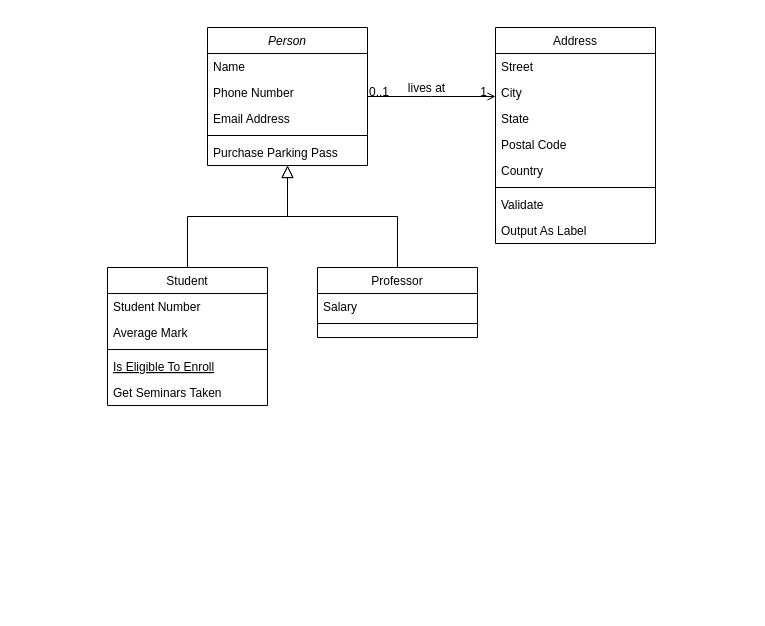
The draw.io diagram Diagrama sem nome.drawio in KelvynWolff/CursoOneBitCode, before the edit. Source tidied: cells renumbered, new cells numbered last; positions are measured from the earlier drawing's top-left corner, leaving out a move shared by most shapes. Both pictures are drawn from the tidied source at 100%, with x=0, y=0 at pixel (107, 27).
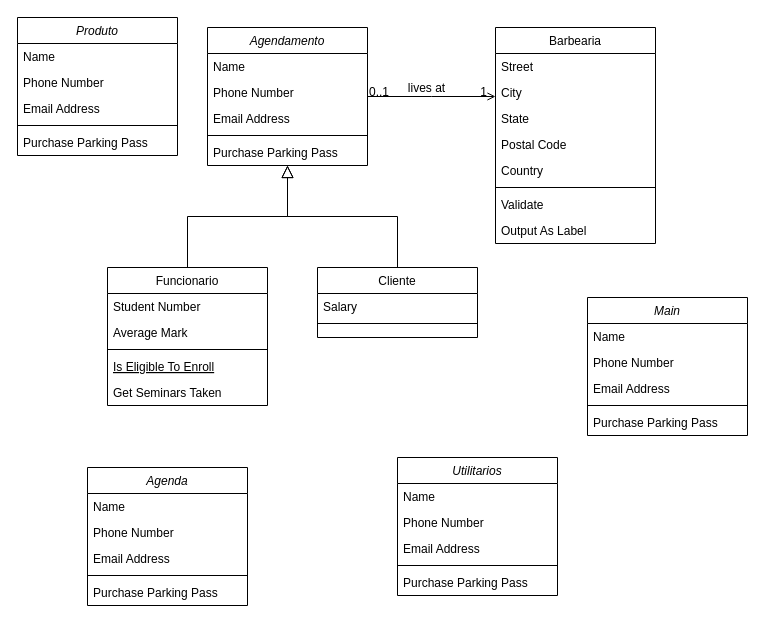
The same diagram, later.

The edit, as a diff of the source:
```diff
@@
-    <mxCell id="2" value="Person" style="swimlane;fontStyle=2;align=center;verticalAlign=top;horizontal=1;startSize=26;rounded=0;shadow=0;strokeWidth=1;" parent="1" vertex="1">
+    <mxCell id="2" value="Agendamento" style="swimlane;fontStyle=2;align=center;verticalAlign=top;horizontal=1;startSize=26;rounded=0;shadow=0;strokeWidth=1;" parent="1" vertex="1">
       <mxGeometry x="100" width="160" height="138" as="geometry" />
     </mxCell>
@@
-    <mxCell id="8" value="Student" style="swimlane;fontStyle=0;align=center;verticalAlign=top;horizontal=1;startSize=26;rounded=0;shadow=0;strokeWidth=1;" parent="1" vertex="1">
+    <mxCell id="8" value="Funcionario" style="swimlane;fontStyle=0;align=center;verticalAlign=top;horizontal=1;startSize=26;rounded=0;shadow=0;strokeWidth=1;" parent="1" vertex="1">
       <mxGeometry y="240" width="160" height="138" as="geometry" />
     </mxCell>
@@
-    <mxCell id="15" value="Professor" style="swimlane;fontStyle=0;align=center;verticalAlign=top;horizontal=1;startSize=26;rounded=0;shadow=0;strokeWidth=1;" parent="1" vertex="1">
+    <mxCell id="15" value="Cliente" style="swimlane;fontStyle=0;align=center;verticalAlign=top;horizontal=1;startSize=26;rounded=0;shadow=0;strokeWidth=1;" parent="1" vertex="1">
       <mxGeometry x="210" y="240" width="160" height="70" as="geometry" />
     </mxCell>
@@
-    <mxCell id="19" value="Address" style="swimlane;fontStyle=0;align=center;verticalAlign=top;horizontal=1;startSize=26;rounded=0;shadow=0;strokeWidth=1;" parent="1" vertex="1">
+    <mxCell id="19" value="Barbearia" style="swimlane;fontStyle=0;align=center;verticalAlign=top;horizontal=1;startSize=26;rounded=0;shadow=0;strokeWidth=1;" parent="1" vertex="1">
       <mxGeometry x="388" width="160" height="216" as="geometry" />
     </mxCell>
@@
+    <mxCell id="32" value="Produto" style="swimlane;fontStyle=2;align=center;verticalAlign=top;horizontal=1;startSize=26;rounded=0;shadow=0;strokeWidth=1;" parent="1" vertex="1">
+      <mxGeometry x="-90" y="-10" width="160" height="138" as="geometry" />
+    </mxCell>
+    <mxCell id="33" value="Name" style="text;align=left;verticalAlign=top;spacingLeft=4;spacingRight=4;overflow=hidden;" parent="32" vertex="1">
+      <mxGeometry y="26" width="160" height="26" as="geometry" />
+    </mxCell>
+    <mxCell id="34" value="Phone Number" style="text;align=left;verticalAlign=top;spacingLeft=4;spacingRight=4;overflow=hidden;rounded=0;shadow=0;html=0;" parent="32" vertex="1">
+      <mxGeometry y="52" width="160" height="26" as="geometry" />
+    </mxCell>
+    <mxCell id="35" value="Email Address" style="text;align=left;verticalAlign=top;spacingLeft=4;spacingRight=4;overflow=hidden;rounded=0;shadow=0;html=0;" parent="32" vertex="1">
+      <mxGeometry y="78" width="160" height="26" as="geometry" />
+    </mxCell>
+    <mxCell id="36" style="line;html=1;strokeWidth=1;align=left;verticalAlign=middle;spacingTop=-1;spacingLeft=3;spacingRight=3;labelPosition=right;" parent="32" vertex="1">
+      <mxGeometry y="104" width="160" height="8" as="geometry" />
+    </mxCell>
+    <mxCell id="37" value="Purchase Parking Pass" style="text;align=left;verticalAlign=top;spacingLeft=4;spacingRight=4;overflow=hidden;" parent="32" vertex="1">
+      <mxGeometry y="112" width="160" height="26" as="geometry" />
+    </mxCell>
+    <mxCell id="38" value="Agenda" style="swimlane;fontStyle=2;align=center;verticalAlign=top;horizontal=1;startSize=26;rounded=0;shadow=0;strokeWidth=1;" parent="1" vertex="1">
+      <mxGeometry x="-20" y="440" width="160" height="138" as="geometry" />
+    </mxCell>
+    <mxCell id="39" value="Name" style="text;align=left;verticalAlign=top;spacingLeft=4;spacingRight=4;overflow=hidden;" parent="38" vertex="1">
+      <mxGeometry y="26" width="160" height="26" as="geometry" />
+    </mxCell>
+    <mxCell id="40" value="Phone Number" style="text;align=left;verticalAlign=top;spacingLeft=4;spacingRight=4;overflow=hidden;rounded=0;shadow=0;html=0;" parent="38" vertex="1">
+      <mxGeometry y="52" width="160" height="26" as="geometry" />
+    </mxCell>
+    <mxCell id="41" value="Email Address" style="text;align=left;verticalAlign=top;spacingLeft=4;spacingRight=4;overflow=hidden;rounded=0;shadow=0;html=0;" parent="38" vertex="1">
+      <mxGeometry y="78" width="160" height="26" as="geometry" />
+    </mxCell>
+    <mxCell id="42" style="line;html=1;strokeWidth=1;align=left;verticalAlign=middle;spacingTop=-1;spacingLeft=3;spacingRight=3;labelPosition=right;" parent="38" vertex="1">
+      <mxGeometry y="104" width="160" height="8" as="geometry" />
+    </mxCell>
+    <mxCell id="43" value="Purchase Parking Pass" style="text;align=left;verticalAlign=top;spacingLeft=4;spacingRight=4;overflow=hidden;" parent="38" vertex="1">
+      <mxGeometry y="112" width="160" height="26" as="geometry" />
+    </mxCell>
+    <mxCell id="44" value="Utilitarios" style="swimlane;fontStyle=2;align=center;verticalAlign=top;horizontal=1;startSize=26;rounded=0;shadow=0;strokeWidth=1;" parent="1" vertex="1">
+      <mxGeometry x="290" y="430" width="160" height="138" as="geometry" />
+    </mxCell>
+    <mxCell id="45" value="Name" style="text;align=left;verticalAlign=top;spacingLeft=4;spacingRight=4;overflow=hidden;" parent="44" vertex="1">
+      <mxGeometry y="26" width="160" height="26" as="geometry" />
+    </mxCell>
+    <mxCell id="46" value="Phone Number" style="text;align=left;verticalAlign=top;spacingLeft=4;spacingRight=4;overflow=hidden;rounded=0;shadow=0;html=0;" parent="44" vertex="1">
+      <mxGeometry y="52" width="160" height="26" as="geometry" />
+    </mxCell>
+    <mxCell id="47" value="Email Address" style="text;align=left;verticalAlign=top;spacingLeft=4;spacingRight=4;overflow=hidden;rounded=0;shadow=0;html=0;" parent="44" vertex="1">
+      <mxGeometry y="78" width="160" height="26" as="geometry" />
+    </mxCell>
+    <mxCell id="48" style="line;html=1;strokeWidth=1;align=left;verticalAlign=middle;spacingTop=-1;spacingLeft=3;spacingRight=3;labelPosition=right;" parent="44" vertex="1">
+      <mxGeometry y="104" width="160" height="8" as="geometry" />
+    </mxCell>
+    <mxCell id="49" value="Purchase Parking Pass" style="text;align=left;verticalAlign=top;spacingLeft=4;spacingRight=4;overflow=hidden;" parent="44" vertex="1">
+      <mxGeometry y="112" width="160" height="26" as="geometry" />
+    </mxCell>
+    <mxCell id="50" value="Main" style="swimlane;fontStyle=2;align=center;verticalAlign=top;horizontal=1;startSize=26;rounded=0;shadow=0;strokeWidth=1;" parent="1" vertex="1">
+      <mxGeometry x="480" y="270" width="160" height="138" as="geometry" />
+    </mxCell>
+    <mxCell id="51" value="Name" style="text;align=left;verticalAlign=top;spacingLeft=4;spacingRight=4;overflow=hidden;" parent="50" vertex="1">
+      <mxGeometry y="26" width="160" height="26" as="geometry" />
+    </mxCell>
+    <mxCell id="52" value="Phone Number" style="text;align=left;verticalAlign=top;spacingLeft=4;spacingRight=4;overflow=hidden;rounded=0;shadow=0;html=0;" parent="50" vertex="1">
+      <mxGeometry y="52" width="160" height="26" as="geometry" />
+    </mxCell>
+    <mxCell id="53" value="Email Address" style="text;align=left;verticalAlign=top;spacingLeft=4;spacingRight=4;overflow=hidden;rounded=0;shadow=0;html=0;" parent="50" vertex="1">
+      <mxGeometry y="78" width="160" height="26" as="geometry" />
+    </mxCell>
+    <mxCell id="54" style="line;html=1;strokeWidth=1;align=left;verticalAlign=middle;spacingTop=-1;spacingLeft=3;spacingRight=3;labelPosition=right;" parent="50" vertex="1">
+      <mxGeometry y="104" width="160" height="8" as="geometry" />
+    </mxCell>
+    <mxCell id="55" value="Purchase Parking Pass" style="text;align=left;verticalAlign=top;spacingLeft=4;spacingRight=4;overflow=hidden;" parent="50" vertex="1">
+      <mxGeometry y="112" width="160" height="26" as="geometry" />
+    </mxCell>
```
